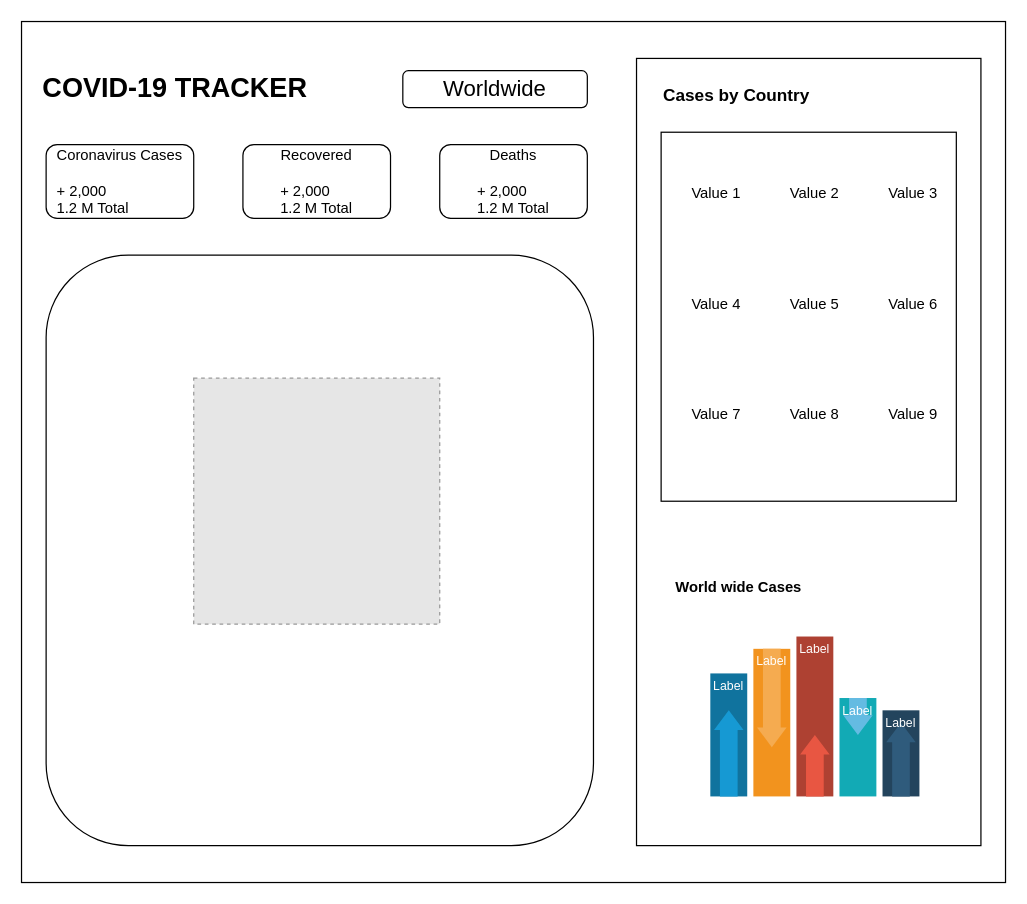
Above: wireframe/covid-19 tracker.drawio in ideepaksharma/covid-19-tracker (draw.io), before the change. Source tidied: cells renumbered, new cells numbered last; positions are measured from the earlier drawing's top-left corner, leaving out a move shared by most shapes. Both pictures are drawn from the tidied source at 123%, with x=0, y=0 at pixel (21, 21). Pictures stored in the file or linked from it are replaced by grey dashed boxes.
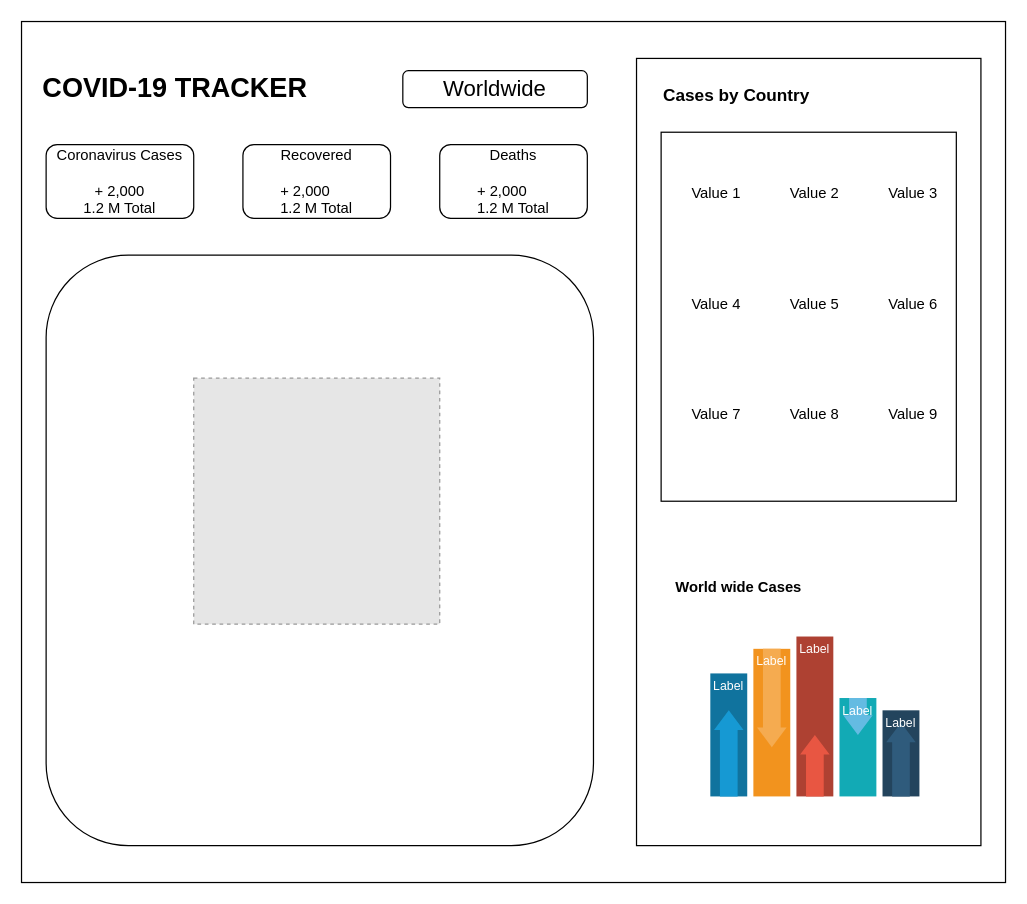
Above is the later version.

Commit message:
text alignment

The edit, as a diff of the source:
```diff
@@
-    <mxCell id="6" value="&lt;font style=&quot;font-size: 12px&quot;&gt;Coronavirus Cases&lt;br&gt;&lt;br&gt;&lt;div style=&quot;text-align: left&quot;&gt;&lt;span&gt;+ 2,000&lt;/span&gt;&lt;/div&gt;&lt;div style=&quot;text-align: left&quot;&gt;&lt;span&gt;1.2 M Total&lt;/span&gt;&lt;/div&gt;&lt;/font&gt;" style="rounded=1;whiteSpace=wrap;html=1;shadow=0;glass=0;sketch=0;fontSize=12;" parent="1" vertex="1">
+    <mxCell id="6" value="&lt;font style=&quot;font-size: 12px&quot;&gt;Coronavirus Cases&lt;br&gt;&lt;br&gt;&lt;div&gt;&lt;span&gt;+ 2,000&lt;/span&gt;&lt;/div&gt;&lt;div&gt;&lt;span&gt;1.2 M Total&lt;/span&gt;&lt;/div&gt;&lt;/font&gt;" style="rounded=1;whiteSpace=wrap;html=1;shadow=0;glass=0;sketch=0;fontSize=12;" parent="1" vertex="1">
       <mxGeometry x="20" y="100" width="120" height="60" as="geometry" />
     </mxCell>
```
